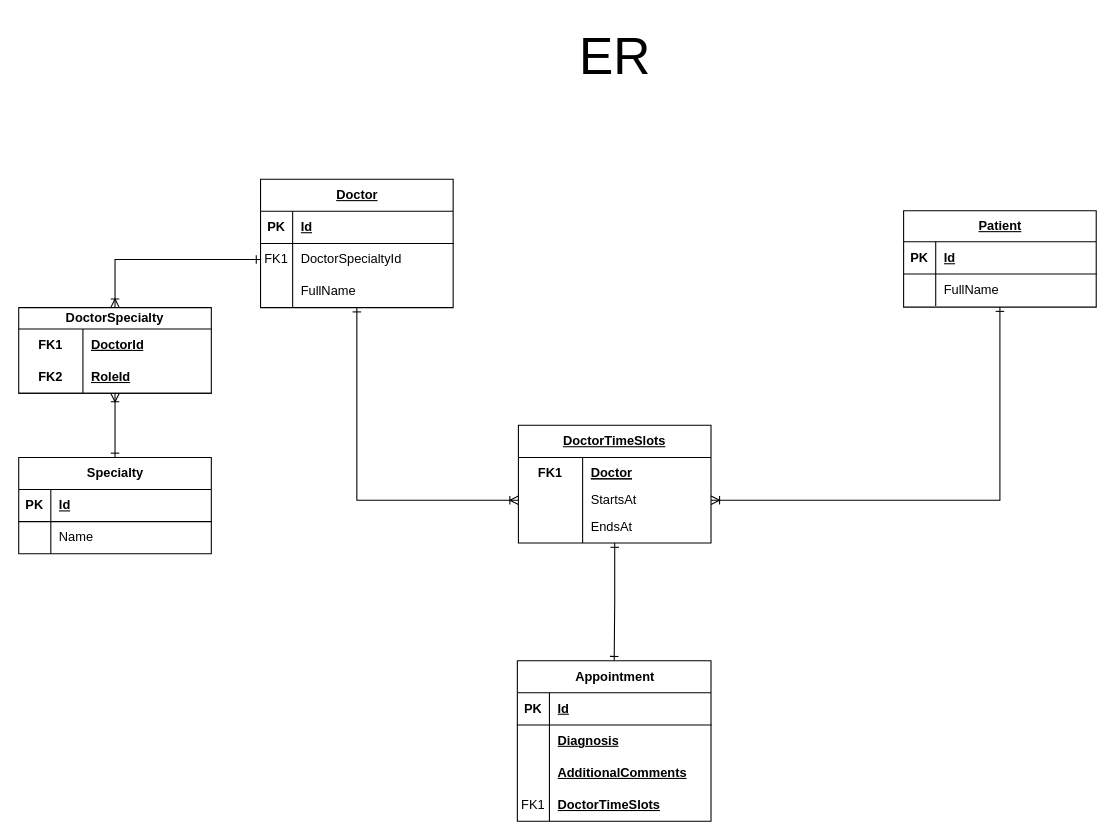
doomer2004/Hospital-system. keeps this draw.io diagram as page "ER" (5 of 5) of Diagrams/C4.drawio. Above is the earlier version. Source tidied: cells renumbered, new cells numbered last; positions are measured from the earlier drawing's top-left corner, leaving out a move shared by most shapes. Both pictures are drawn from the tidied source at 107%, with x=0, y=0 at pixel (18, 18).
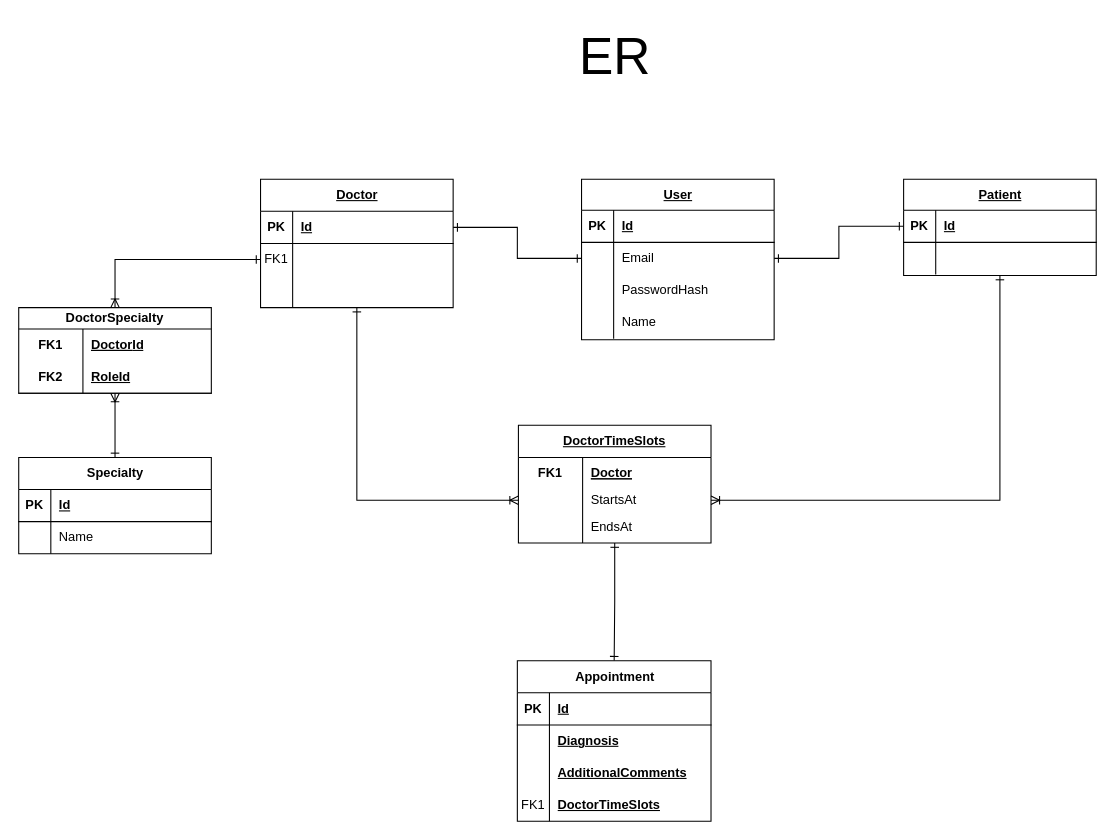
After the change.

The change refers to these unchanged cells:
```xml
<mxCell id="4" style="shape=tableRow;horizontal=0;startSize=0;swimlaneHead=0;swimlaneBody=0;fillColor=none;points=[[0,0.5],[1,0.5]];portConstraint=eastwest;top=0;left=0;right=0;bottom=1;" parent="3" vertex="1">
  <mxGeometry y="29" width="180" height="30" as="geometry" />
</mxCell>
<mxCell id="7" style="shape=tableRow;horizontal=0;startSize=0;swimlaneHead=0;swimlaneBody=0;fillColor=none;top=0;left=0;right=0;bottom=0;" parent="3" vertex="1">
  <mxGeometry y="59" width="180" height="30" as="geometry" />
</mxCell>
<mxCell id="27" style="shape=tableRow;horizontal=0;startSize=0;swimlaneHead=0;swimlaneBody=0;fillColor=none;points=[[0,0.5],[1,0.5]];portConstraint=eastwest;top=0;left=0;right=0;bottom=1;" parent="26" vertex="1">
  <mxGeometry y="30" width="180" height="30" as="geometry" />
</mxCell>
<mxCell id="30" style="shape=tableRow;horizontal=0;startSize=0;swimlaneHead=0;swimlaneBody=0;fillColor=none;points=[[0,0.5],[1,0.5]];portConstraint=eastwest;top=0;left=0;right=0;bottom=0;" parent="26" vertex="1">
  <mxGeometry y="60" width="180" height="30" as="geometry" />
</mxCell>
<mxCell id="33" style="shape=tableRow;horizontal=0;startSize=0;swimlaneHead=0;swimlaneBody=0;fillColor=none;top=0;left=0;right=0;bottom=0;" parent="26" vertex="1">
  <mxGeometry y="90" width="180" height="30" as="geometry" />
</mxCell>
```

Diff of the diagram source:
```diff
@@
     <mxCell id="3" value="&lt;u&gt;Patient&lt;/u&gt;" style="shape=table;startSize=29;childLayout=tableLayout;rowLines=0;fontStyle=1;align=center;html=1;" parent="1" vertex="1">
-      <mxGeometry x="827" y="179.5" width="180" height="90" as="geometry" />
+      <mxGeometry x="827" y="150" width="180" height="90" as="geometry" />
     </mxCell>
@@
-    <mxCell id="9" value="FullName" style="shape=partialRectangle;fillColor=none;top=0;left=0;bottom=0;right=0;align=left;spacingLeft=6;overflow=hidden;whiteSpace=wrap;html=1;" parent="7" vertex="1">
+    <mxCell id="9" style="shape=partialRectangle;fillColor=none;top=0;left=0;bottom=0;right=0;align=left;spacingLeft=6;overflow=hidden;whiteSpace=wrap;html=1;" parent="7" vertex="1">
       <mxGeometry x="30" width="150" height="30" as="geometry" />
     </mxCell>
@@
-    <mxCell id="32" value="DoctorSpecialtyId" style="shape=partialRectangle;fillColor=none;top=0;left=0;bottom=0;right=0;align=left;spacingLeft=6;overflow=hidden;whiteSpace=wrap;html=1;" parent="30" vertex="1">
+    <mxCell id="32" style="shape=partialRectangle;fillColor=none;top=0;left=0;bottom=0;right=0;align=left;spacingLeft=6;overflow=hidden;whiteSpace=wrap;html=1;" parent="30" vertex="1">
       <mxGeometry x="30" width="150" height="30" as="geometry" />
     </mxCell>
@@
-    <mxCell id="35" value="FullName" style="shape=partialRectangle;fillColor=none;top=0;left=0;bottom=0;right=0;align=left;spacingLeft=6;overflow=hidden;whiteSpace=wrap;html=1;" parent="33" vertex="1">
+    <mxCell id="35" style="shape=partialRectangle;fillColor=none;top=0;left=0;bottom=0;right=0;align=left;spacingLeft=6;overflow=hidden;whiteSpace=wrap;html=1;" parent="33" vertex="1">
       <mxGeometry x="30" width="150" height="30" as="geometry" />
     </mxCell>
@@
+    <mxCell id="62" value="&lt;u&gt;User&lt;/u&gt;" style="shape=table;startSize=29;childLayout=tableLayout;rowLines=0;fontStyle=1;align=center;html=1;" parent="1" vertex="1">
+      <mxGeometry x="526" y="150" width="180" height="150" as="geometry" />
+    </mxCell>
+    <mxCell id="63" style="shape=tableRow;horizontal=0;startSize=0;swimlaneHead=0;swimlaneBody=0;fillColor=none;top=0;left=0;right=0;bottom=1;" parent="62" vertex="1">
+      <mxGeometry y="29" width="180" height="30" as="geometry" />
+    </mxCell>
+    <mxCell id="64" value="PK" style="shape=partialRectangle;fillColor=none;top=0;left=0;bottom=0;right=0;fontStyle=1;overflow=hidden;whiteSpace=wrap;html=1;" parent="63" vertex="1">
+      <mxGeometry width="30" height="30" as="geometry" />
+    </mxCell>
+    <mxCell id="65" value="Id" style="shape=partialRectangle;fillColor=none;top=0;left=0;bottom=0;right=0;align=left;spacingLeft=6;fontStyle=5;overflow=hidden;whiteSpace=wrap;html=1;" parent="63" vertex="1">
+      <mxGeometry x="30" width="150" height="30" as="geometry" />
+    </mxCell>
+    <mxCell id="66" style="shape=tableRow;horizontal=0;startSize=0;swimlaneHead=0;swimlaneBody=0;fillColor=none;points=[[0,0.5],[1,0.5]];portConstraint=eastwest;top=0;left=0;right=0;bottom=0;" parent="62" vertex="1">
+      <mxGeometry y="59" width="180" height="30" as="geometry" />
+    </mxCell>
+    <mxCell id="67" style="shape=partialRectangle;fillColor=none;top=0;left=0;bottom=0;right=0;overflow=hidden;whiteSpace=wrap;html=1;" parent="66" vertex="1">
+      <mxGeometry width="30" height="30" as="geometry" />
+    </mxCell>
+    <mxCell id="68" value="Email" style="shape=partialRectangle;fillColor=none;top=0;left=0;bottom=0;right=0;align=left;spacingLeft=6;overflow=hidden;whiteSpace=wrap;html=1;" parent="66" vertex="1">
+      <mxGeometry x="30" width="150" height="30" as="geometry" />
+    </mxCell>
+    <mxCell id="69" style="shape=tableRow;horizontal=0;startSize=0;swimlaneHead=0;swimlaneBody=0;fillColor=none;top=0;left=0;right=0;bottom=0;" parent="62" vertex="1">
+      <mxGeometry y="89" width="180" height="30" as="geometry" />
+    </mxCell>
+    <mxCell id="70" style="shape=partialRectangle;fillColor=none;top=0;left=0;bottom=0;right=0;overflow=hidden;whiteSpace=wrap;html=1;" parent="69" vertex="1">
+      <mxGeometry width="30" height="30" as="geometry" />
+    </mxCell>
+    <mxCell id="71" value="PasswordHash" style="shape=partialRectangle;fillColor=none;top=0;left=0;bottom=0;right=0;align=left;spacingLeft=6;overflow=hidden;whiteSpace=wrap;html=1;" parent="69" vertex="1">
+      <mxGeometry x="30" width="150" height="30" as="geometry" />
+    </mxCell>
+    <mxCell id="72" style="shape=tableRow;horizontal=0;startSize=0;swimlaneHead=0;swimlaneBody=0;fillColor=none;top=0;left=0;right=0;bottom=0;" parent="62" vertex="1">
+      <mxGeometry y="119" width="180" height="30" as="geometry" />
+    </mxCell>
+    <mxCell id="73" style="shape=partialRectangle;fillColor=none;top=0;left=0;bottom=0;right=0;overflow=hidden;whiteSpace=wrap;html=1;" parent="72" vertex="1">
+      <mxGeometry width="30" height="30" as="geometry" />
+    </mxCell>
+    <mxCell id="74" value="Name" style="shape=partialRectangle;fillColor=none;top=0;left=0;bottom=0;right=0;align=left;spacingLeft=6;overflow=hidden;whiteSpace=wrap;html=1;" parent="72" vertex="1">
+      <mxGeometry x="30" width="150" height="30" as="geometry" />
+    </mxCell>
+    <mxCell id="75" style="edgeStyle=orthogonalEdgeStyle;rounded=0;jettySize=auto;html=1;entryX=1;entryY=0.5;entryDx=0;entryDy=0;startArrow=ERone;startFill=0;endArrow=ERone;endFill=0;" parent="1" edge="1" source="66" target="27">
+      <mxGeometry relative="1" as="geometry" />
+    </mxCell>
+    <mxCell id="76" style="edgeStyle=orthogonalEdgeStyle;rounded=0;jettySize=auto;html=1;entryX=0;entryY=0.5;entryDx=0;entryDy=0;endArrow=ERone;endFill=0;startArrow=ERone;startFill=0;" parent="1" edge="1" source="66" target="4">
+      <mxGeometry relative="1" as="geometry" />
+    </mxCell>
```
